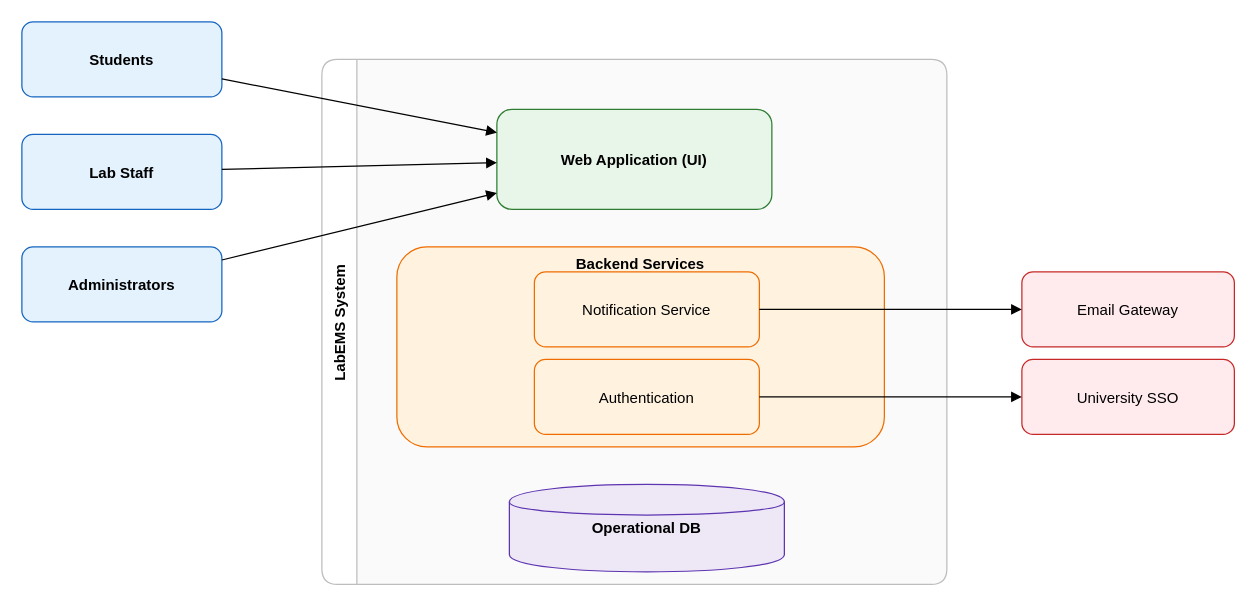
Earlier version of the draw.io diagram documents/Diagrams/1_System_Context.drawio (Group8LabEMS/Cmpg323_Group8_EmsLab). Source tidied: cells renumbered, new cells numbered last; positions are measured from the earlier drawing's top-left corner, leaving out a move shared by most shapes. Both pictures are drawn from the tidied source at 125%, with x=0, y=0 at pixel (21, 21).
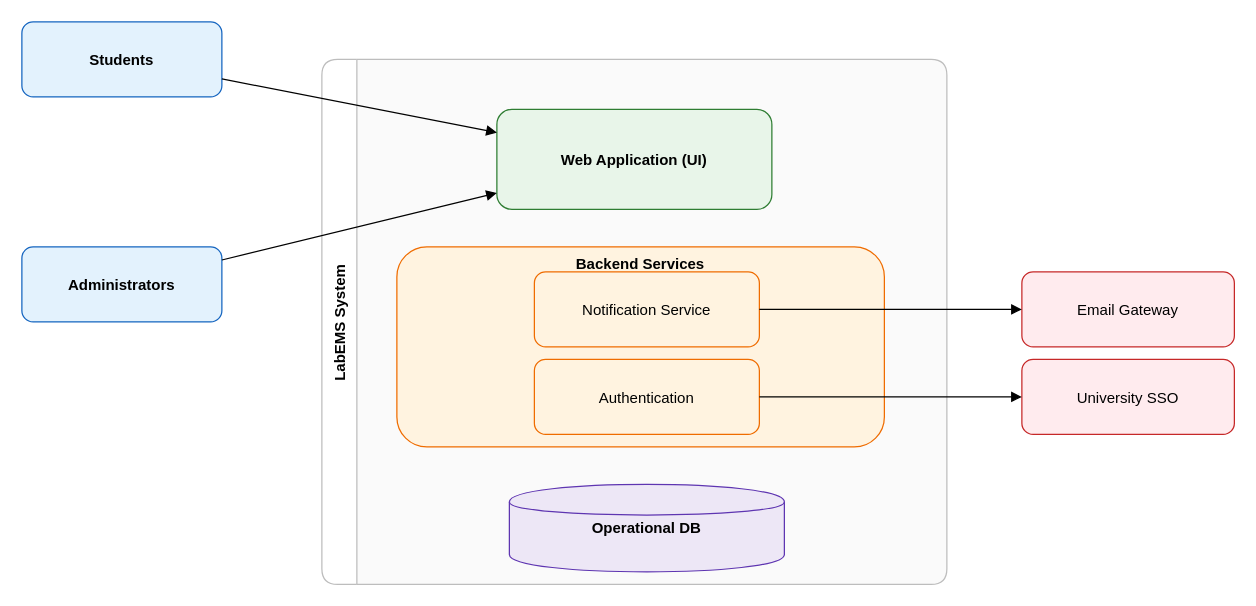
The same diagram, later.

Diff of the diagram source:
```diff
@@
 <mxGraphModel>
   <root>
     <mxCell id="0" />
     <mxCell id="1" parent="0" />
     <mxCell id="2" value="LabEMS System" style="shape=swimlane;rounded=1;horizontal=0;startSize=28;swimlaneFillColor=#FAFAFA;strokeColor=#BDBDBD;fontStyle=1;" parent="1" vertex="1">
       <mxGeometry x="240" y="30" width="500" height="420" as="geometry" />
     </mxCell>
     <mxCell id="3" value="Web Application (UI)" style="shape=rectangle;rounded=1;fillColor=#E8F5E9;strokeColor=#2E7D32;fontStyle=1;verticalAlign=middle;" parent="2" vertex="1">
       <mxGeometry x="140" y="40" width="220" height="80" as="geometry" />
     </mxCell>
     <mxCell id="4" value="Backend Services" style="shape=rectangle;rounded=1;fillColor=#FFF3E0;strokeColor=#EF6C00;fontStyle=1;verticalAlign=top;" parent="2" vertex="1">
       <mxGeometry x="60" y="150" width="390" height="160" as="geometry" />
     </mxCell>
     <mxCell id="5" value="Authentication" style="shape=rectangle;rounded=1;fillColor=#FFF3E0;strokeColor=#EF6C00;" parent="2" vertex="1">
       <mxGeometry x="170" y="240" width="180" height="60" as="geometry" />
     </mxCell>
     <mxCell id="6" value="Notification Service" style="shape=rectangle;rounded=1;fillColor=#FFF3E0;strokeColor=#EF6C00;" parent="2" vertex="1">
       <mxGeometry x="170" y="170" width="180" height="60" as="geometry" />
     </mxCell>
     <mxCell id="7" value="Operational DB" style="shape=cylinder;whiteSpace=wrap;html=1;fillColor=#EDE7F6;strokeColor=#5E35B1;fontStyle=1;" parent="2" vertex="1">
       <mxGeometry x="150" y="340" width="220" height="70" as="geometry" />
     </mxCell>
     <mxCell id="8" value="Students" style="shape=rectangle;rounded=1;fillColor=#E3F2FD;strokeColor=#1565C0;fontStyle=1;" parent="1" vertex="1">
       <mxGeometry width="160" height="60" as="geometry" />
     </mxCell>
-    <mxCell id="9" value="Lab Staff" style="shape=rectangle;rounded=1;fillColor=#E3F2FD;strokeColor=#1565C0;fontStyle=1;" parent="1" vertex="1">
-      <mxGeometry y="90" width="160" height="60" as="geometry" />
-    </mxCell>
     <mxCell id="10" value="Administrators" style="shape=rectangle;rounded=1;fillColor=#E3F2FD;strokeColor=#1565C0;fontStyle=1;" parent="1" vertex="1">
       <mxGeometry y="180" width="160" height="60" as="geometry" />
     </mxCell>
     <mxCell id="11" value="Email Gateway" style="shape=rectangle;rounded=1;fillColor=#FFEBEE;strokeColor=#C62828;" parent="1" vertex="1">
       <mxGeometry x="800" y="200" width="170" height="60" as="geometry" />
     </mxCell>
     <mxCell id="12" value="University SSO" style="shape=rectangle;rounded=1;fillColor=#FFEBEE;strokeColor=#C62828;" parent="1" vertex="1">
       <mxGeometry x="800" y="270" width="170" height="60" as="geometry" />
     </mxCell>
     <mxCell id="13" style="endArrow=block;edgeStyle=none;" parent="1" edge="1" source="8" target="3">
       <mxGeometry relative="1" as="geometry" />
     </mxCell>
-    <mxCell id="14" style="endArrow=block;edgeStyle=none;" parent="1" edge="1" source="9" target="3">
-      <mxGeometry relative="1" as="geometry" />
-    </mxCell>
     <mxCell id="15" style="endArrow=block;edgeStyle=none;" parent="1" edge="1" source="10" target="3">
       <mxGeometry relative="1" as="geometry" />
     </mxCell>
     <mxCell id="16" style="endArrow=block;edgeStyle=none;" parent="1" edge="1" source="6" target="11">
       <mxGeometry relative="1" as="geometry" />
     </mxCell>
     <mxCell id="17" style="endArrow=block;edgeStyle=none;" parent="1" edge="1" source="5" target="12">
       <mxGeometry relative="1" as="geometry" />
     </mxCell>
   </root>
 </mxGraphModel>
```
